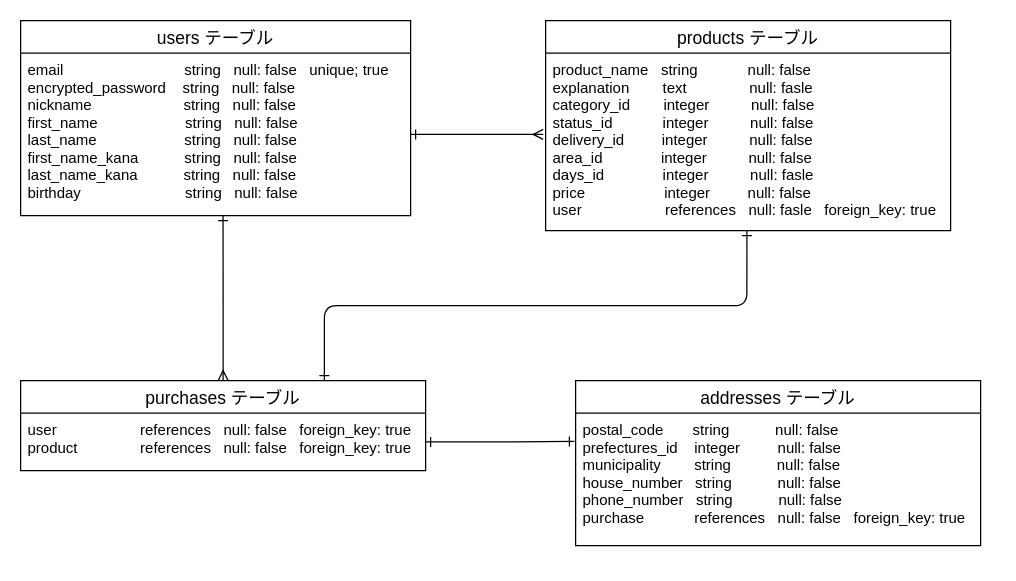
The draw.io diagram furima.dio in koji509/furima-32143, before the edit. Source tidied: cells renumbered, new cells numbered last; positions are measured from the earlier drawing's top-left corner, leaving out a move shared by most shapes. Both pictures are drawn from the tidied source at 125%, with x=0, y=0 at pixel (20, 20).
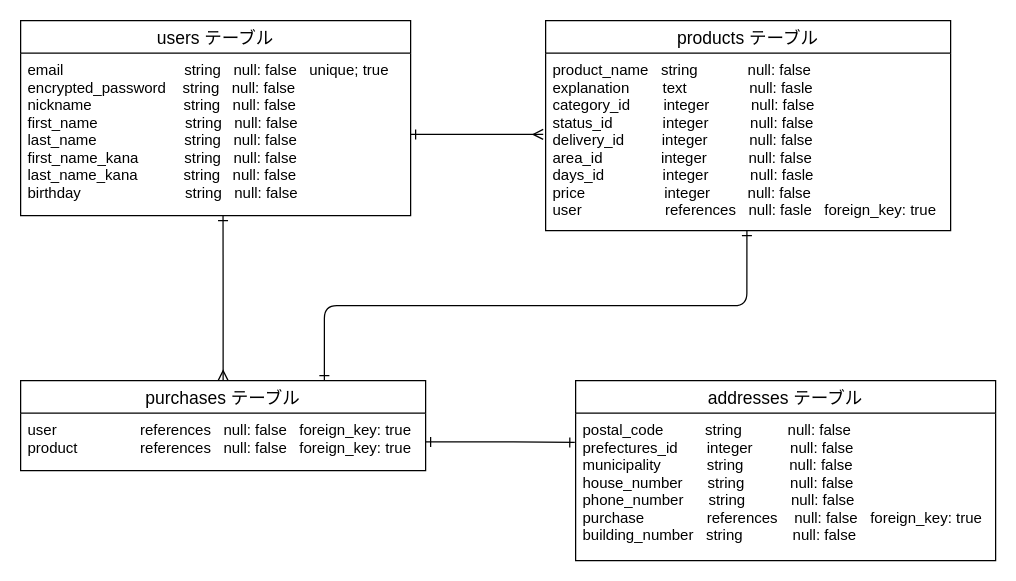
The same diagram, later.

Commit message (it also covers changes not shown here):
建物番号追加

Diff of the diagram source:
```diff
@@
 <mxGraphModel>
   <root>
     <mxCell id="0" />
     <mxCell id="1" parent="0" />
     <mxCell id="2" value="users テーブル" style="swimlane;fontStyle=0;horizontal=1;startSize=26;align=center;fontSize=14;rounded=0;sketch=0;" parent="1" vertex="1">
       <mxGeometry width="312" height="156" as="geometry" />
     </mxCell>
     <mxCell id="3" value="email                             string   null: false   unique; true&#10;encrypted_password    string   null: false&#10;nickname                      string   null: false&#10;first_name                     string   null: false&#10;last_name                     string   null: false&#10;first_name_kana           string   null: false&#10;last_name_kana           string   null: false&#10;birthday                         string   null: false" style="text;strokeColor=none;fillColor=none;spacingLeft=4;spacingRight=4;overflow=hidden;points=[[0,0.5],[1,0.5]];portConstraint=eastwest;fontSize=12;" parent="2" vertex="1">
       <mxGeometry y="26" width="312" height="130" as="geometry" />
     </mxCell>
     <mxCell id="4" style="edgeStyle=orthogonalEdgeStyle;curved=0;rounded=1;sketch=0;jettySize=auto;html=1;exitX=0.5;exitY=0;exitDx=0;exitDy=0;entryX=0.519;entryY=1;entryDx=0;entryDy=0;entryPerimeter=0;startArrow=ERmany;startFill=0;endArrow=ERone;endFill=0;" parent="1" edge="1" source="6" target="3">
       <mxGeometry relative="1" as="geometry" />
     </mxCell>
     <mxCell id="5" style="edgeStyle=orthogonalEdgeStyle;curved=0;rounded=1;sketch=0;jettySize=auto;html=1;exitX=0.75;exitY=0;exitDx=0;exitDy=0;entryX=0.497;entryY=1;entryDx=0;entryDy=0;entryPerimeter=0;startArrow=ERone;startFill=0;endArrow=ERone;endFill=0;" parent="1" edge="1" source="6" target="10">
       <mxGeometry relative="1" as="geometry" />
     </mxCell>
     <mxCell id="6" value="purchases テーブル" style="swimlane;fontStyle=0;horizontal=1;startSize=26;align=center;fontSize=14;rounded=0;sketch=0;" parent="1" vertex="1">
       <mxGeometry y="288" width="324" height="72" as="geometry" />
     </mxCell>
     <mxCell id="7" value="user                    references   null: false   foreign_key: true&#10;product               references   null: false   foreign_key: true" style="text;strokeColor=none;fillColor=none;spacingLeft=4;spacingRight=4;overflow=hidden;points=[[0,0.5],[1,0.5]];portConstraint=eastwest;fontSize=12;" parent="6" vertex="1">
       <mxGeometry y="26" width="324" height="46" as="geometry" />
     </mxCell>
     <mxCell id="8" style="edgeStyle=orthogonalEdgeStyle;curved=0;rounded=1;sketch=0;jettySize=auto;html=1;exitX=1;exitY=0.5;exitDx=0;exitDy=0;entryX=-0.006;entryY=0.458;entryDx=0;entryDy=0;entryPerimeter=0;startArrow=ERone;startFill=0;endArrow=ERmany;endFill=0;" parent="1" edge="1" source="3" target="10">
       <mxGeometry relative="1" as="geometry" />
     </mxCell>
     <mxCell id="9" value="products テーブル" style="swimlane;fontStyle=0;horizontal=1;startSize=26;align=center;fontSize=14;rounded=0;sketch=0;" parent="1" vertex="1">
       <mxGeometry x="420" width="324" height="168" as="geometry" />
     </mxCell>
     <mxCell id="10" value="product_name   string            null: false&#10;explanation        text               null: fasle&#10;category_id        integer          null: false&#10;status_id            integer          null: false&#10;delivery_id         integer          null: false&#10;area_id              integer          null: false&#10;days_id              integer          null: fasle&#10;price                   integer         null: false&#10;user                    references   null: fasle   foreign_key: true" style="text;fillColor=none;spacingLeft=4;spacingRight=4;overflow=hidden;points=[[0,0.5],[1,0.5]];portConstraint=eastwest;fontSize=12;" parent="9" vertex="1">
       <mxGeometry y="26" width="324" height="142" as="geometry" />
     </mxCell>
     <mxCell id="11" value="addresses テーブル" style="swimlane;fontStyle=0;horizontal=1;startSize=26;align=center;fontSize=14;rounded=0;sketch=0;" parent="1" vertex="1">
-      <mxGeometry x="444" y="288" width="324" height="132" as="geometry" />
+      <mxGeometry x="444" y="288" width="336" height="144" as="geometry" />
     </mxCell>
-    <mxCell id="12" value="postal_code       string           null: false&#10;prefectures_id    integer         null: false&#10;municipality        string           null: false&#10;house_number   string           null: false&#10;phone_number   string           null: false&#10;purchase            references   null: false   foreign_key: true" style="text;strokeColor=none;fillColor=none;spacingLeft=4;spacingRight=4;overflow=hidden;points=[[0,0.5],[1,0.5]];portConstraint=eastwest;fontSize=12;" parent="11" vertex="1">
-      <mxGeometry y="26" width="324" height="106" as="geometry" />
+    <mxCell id="12" value="postal_code          string           null: false&#10;prefectures_id       integer         null: false&#10;municipality           string           null: false&#10;house_number      string           null: false&#10;phone_number      string           null: false&#10;purchase               references    null: false   foreign_key: true&#10;building_number   string            null: false" style="text;strokeColor=none;fillColor=none;spacingLeft=4;spacingRight=4;overflow=hidden;points=[[0,0.5],[1,0.5]];portConstraint=eastwest;fontSize=12;" parent="11" vertex="1">
+      <mxGeometry y="26" width="336" height="118" as="geometry" />
     </mxCell>
-    <mxCell id="13" style="edgeStyle=orthogonalEdgeStyle;curved=0;rounded=1;sketch=0;jettySize=auto;html=1;exitX=1;exitY=0.5;exitDx=0;exitDy=0;entryX=-0.003;entryY=0.214;entryDx=0;entryDy=0;entryPerimeter=0;startArrow=ERone;startFill=0;endArrow=ERone;endFill=0;" parent="1" edge="1" source="7" target="12">
+    <mxCell id="13" style="edgeStyle=orthogonalEdgeStyle;curved=0;rounded=1;sketch=0;jettySize=auto;html=1;exitX=1;exitY=0.5;exitDx=0;exitDy=0;entryX=-0.002;entryY=0.199;entryDx=0;entryDy=0;entryPerimeter=0;startArrow=ERone;startFill=0;endArrow=ERone;endFill=0;" parent="1" edge="1" source="7" target="12">
       <mxGeometry relative="1" as="geometry" />
     </mxCell>
   </root>
 </mxGraphModel>
```
